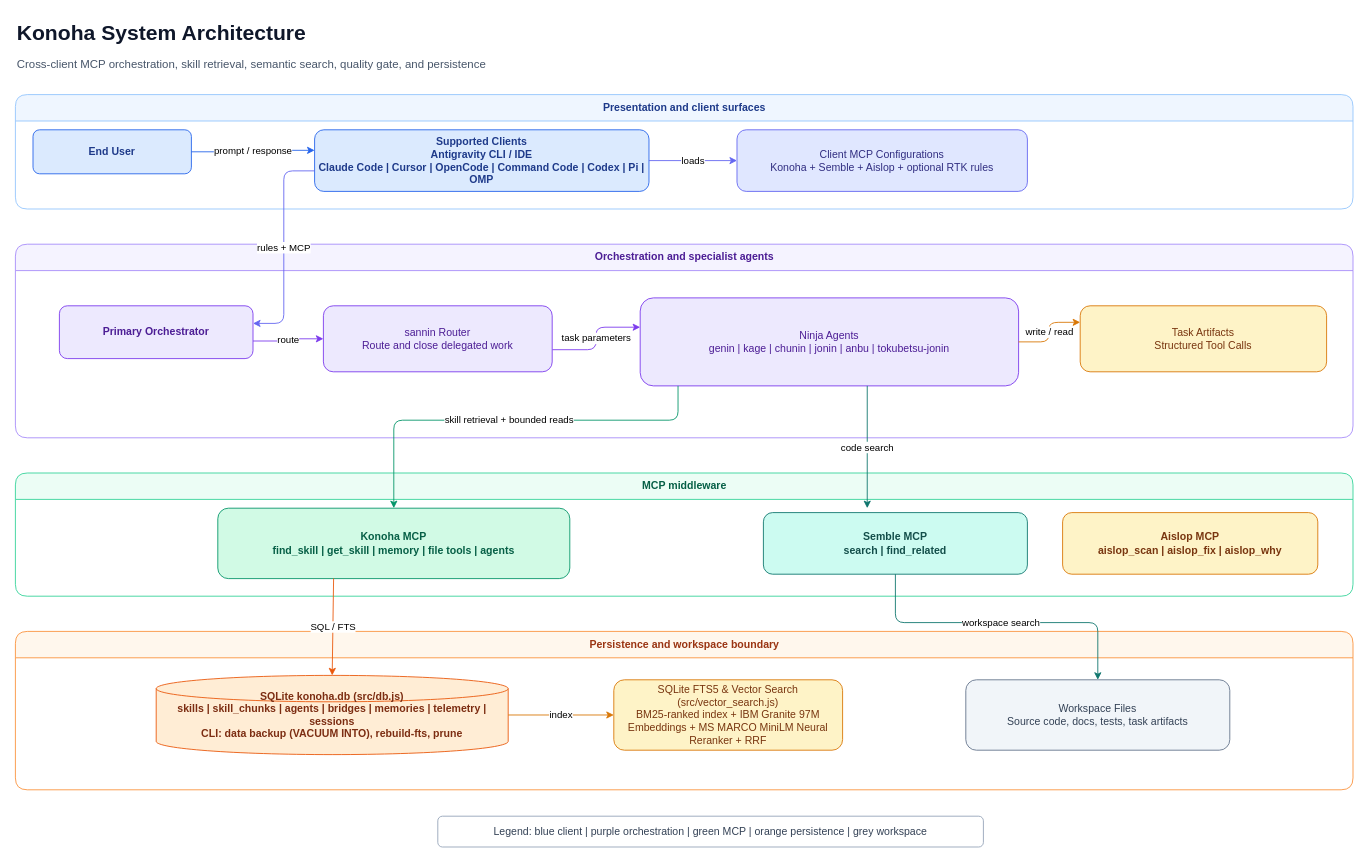
The draw.io diagram page "01 System Architecture" (1 of 16) of docs/diagrams/konoha-architecture.drawio in andycungkrinx91/konoha, before the edit. Source tidied: cells renumbered, new cells numbered last; positions are measured from the earlier drawing's top-left corner, leaving out a move shared by most shapes. Both pictures are drawn from the tidied source at 88%, with x=0, y=0 at pixel (15, 15).
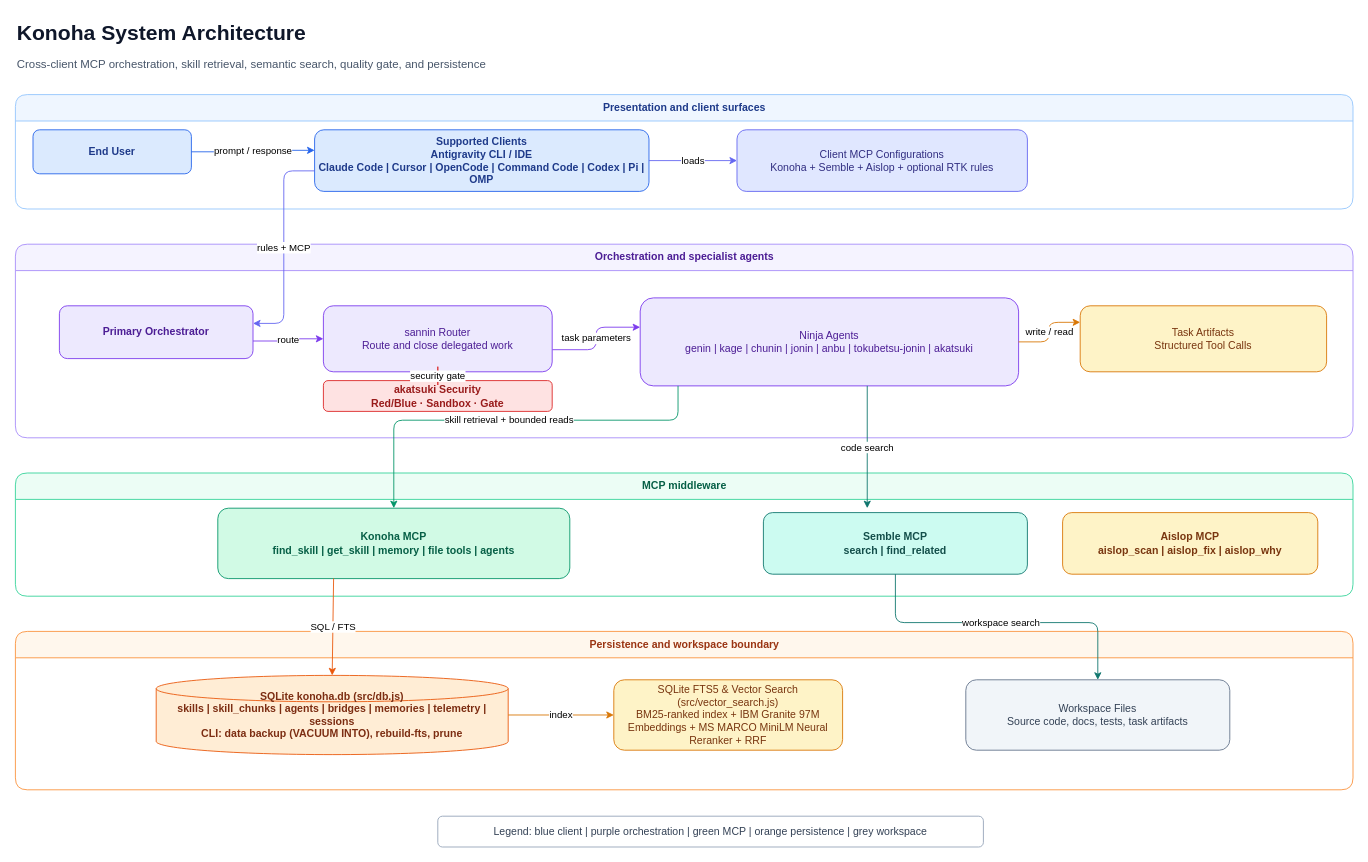
Above is the later version.

Commit message (it also covers changes not shown here):
docs(diagrams): integrate akatsuki into all 16 drawio tabs and refine webp arrowheads

The change refers to these unchanged cells:
```xml
<mxCell id="8" value="Orchestration and specialist agents" style="swimlane;html=1;rounded=1;startSize=30;fillColor=#f5f3ff;strokeColor=#a78bfa;fontColor=#4c1d95;fontStyle=1;" parent="1" vertex="1">
  <mxGeometry y="260" width="1520" height="220" as="geometry" />
</mxCell>
<mxCell id="10" value="sannin Router&#10;Route and close delegated work" style="rounded=1;html=1;whiteSpace=wrap;fillColor=#ede9fe;strokeColor=#7c3aed;fontColor=#4c1d95;overflow=visible;" parent="8" vertex="1">
  <mxGeometry x="350" y="70" width="260" height="75" as="geometry" />
</mxCell>
```

The edit, as a diff of the source:
```diff
@@
-    <mxCell id="11" value="Ninja Agents&#10;genin | kage | chunin | jonin | anbu | tokubetsu-jonin" style="rounded=1;html=1;whiteSpace=wrap;fillColor=#ede9fe;strokeColor=#7c3aed;fontColor=#4c1d95;overflow=visible;" parent="8" vertex="1">
+    <mxCell id="11" value="Ninja Agents&#10;genin | kage | chunin | jonin | anbu | tokubetsu-jonin | akatsuki" style="rounded=1;html=1;whiteSpace=wrap;fillColor=#ede9fe;strokeColor=#7c3aed;fontColor=#4c1d95;overflow=visible;" parent="8" vertex="1">
       <mxGeometry x="710" y="61" width="430" height="100" as="geometry" />
     </mxCell>
+    <mxCell id="33" value="akatsuki Security&#10;Red/Blue · Sandbox · Gate" style="rounded=1;html=1;whiteSpace=wrap;fillColor=#fee2e2;strokeColor=#dc2626;fontColor=#991b1b;fontStyle=1;" parent="8" vertex="1">
+      <mxGeometry x="350" y="155" width="260" height="35" as="geometry" />
+    </mxCell>
+    <mxCell id="34" value="security gate" style="edgeStyle=orthogonalEdgeStyle;rounded=1;jettySize=auto;html=1;strokeColor=#dc2626;" parent="1" edge="1" source="10" target="33">
+      <mxGeometry relative="1" as="geometry" />
+    </mxCell>
```
